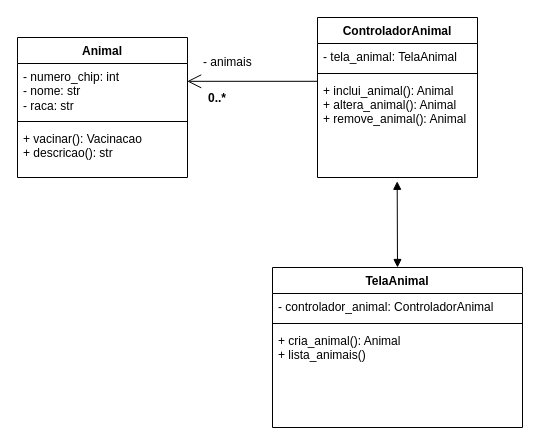
This is OngMVC.drawio from ChrisBarlera/Trabalho-DSOO1, a draw.io file, before an edit. Source tidied: cells renumbered, new cells numbered last; positions are measured from the earlier drawing's top-left corner, leaving out a move shared by most shapes. Both pictures are drawn from the tidied source at 100%, with x=0, y=0 at pixel (17, 17).
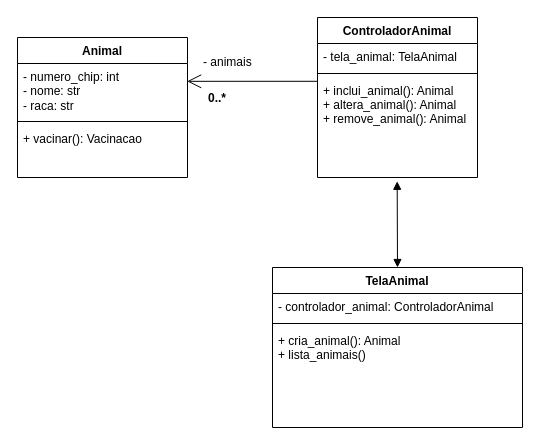
The same page after the edit.

Commit message (it also covers changes not shown here):
Atualização diagramas

Change to the diagram source:
```diff
@@
 <mxGraphModel>
   <root>
     <mxCell id="0" />
     <mxCell id="1" parent="0" />
     <mxCell id="2" value="TelaAnimal" style="swimlane;fontStyle=1;align=center;verticalAlign=top;horizontal=1;startSize=26;" parent="1" vertex="1">
       <mxGeometry x="255" y="250" width="250" height="160" as="geometry" />
     </mxCell>
     <mxCell id="3" value="- controlador_animal: ControladorAnimal" style="text;strokeColor=none;fillColor=none;align=left;verticalAlign=top;spacingLeft=4;spacingRight=4;overflow=hidden;" parent="2" vertex="1">
       <mxGeometry y="26" width="250" height="26" as="geometry" />
     </mxCell>
     <mxCell id="4" style="line;strokeWidth=1;fillColor=none;align=left;verticalAlign=middle;spacingTop=-1;spacingLeft=3;spacingRight=3;labelPosition=right;strokeColor=inherit;" parent="2" vertex="1">
       <mxGeometry y="52" width="250" height="8" as="geometry" />
     </mxCell>
     <mxCell id="5" value="+ cria_animal(): Animal&#10;+ lista_animais()" style="text;strokeColor=none;fillColor=none;align=left;verticalAlign=top;spacingLeft=4;spacingRight=4;overflow=hidden;" parent="2" vertex="1">
       <mxGeometry y="60" width="250" height="100" as="geometry" />
     </mxCell>
     <mxCell id="6" value="Animal" style="swimlane;fontStyle=1;align=center;verticalAlign=top;horizontal=1;startSize=26;whiteSpace=wrap;html=1;" parent="1" vertex="1">
       <mxGeometry y="20" width="170" height="140" as="geometry" />
     </mxCell>
     <mxCell id="7" value="- numero_chip: int&lt;br&gt;- nome: str&lt;br&gt;&lt;div&gt;- raca: str&lt;/div&gt;" style="text;strokeColor=none;fillColor=none;align=left;verticalAlign=top;spacingLeft=4;spacingRight=4;overflow=hidden;points=[[0,0.5],[1,0.5]];portConstraint=eastwest;whiteSpace=wrap;html=1;" parent="6" vertex="1">
       <mxGeometry y="26" width="170" height="54" as="geometry" />
     </mxCell>
     <mxCell id="8" style="line;strokeWidth=1;fillColor=none;align=left;verticalAlign=middle;spacingTop=-1;spacingLeft=3;spacingRight=3;labelPosition=right;strokeColor=inherit;" parent="6" vertex="1">
       <mxGeometry y="80" width="170" height="8" as="geometry" />
     </mxCell>
-    <mxCell id="9" value="+ vacinar(): Vacinacao&lt;div&gt;+ descricao(): str&lt;/div&gt;" style="text;strokeColor=none;fillColor=none;align=left;verticalAlign=top;spacingLeft=4;spacingRight=4;overflow=hidden;whiteSpace=wrap;html=1;" parent="6" vertex="1">
+    <mxCell id="9" value="+ vacinar(): Vacinacao" style="text;strokeColor=none;fillColor=none;align=left;verticalAlign=top;spacingLeft=4;spacingRight=4;overflow=hidden;whiteSpace=wrap;html=1;" parent="6" vertex="1">
       <mxGeometry y="88" width="170" height="52" as="geometry" />
     </mxCell>
     <mxCell id="10" style="endArrow=open;endFill=1;endSize=12;html=1;entryX=0.998;entryY=0.33;entryDx=0;entryDy=0;entryPerimeter=0;exitX=-0.002;exitY=0.038;exitDx=0;exitDy=0;exitPerimeter=0;" parent="1" edge="1" source="16" target="7">
       <mxGeometry relative="1" as="geometry" />
     </mxCell>
     <mxCell id="11" value="- animais" style="text;strokeColor=none;fillColor=none;align=left;verticalAlign=top;spacingLeft=4;spacingRight=4;overflow=hidden;" parent="1" vertex="1">
       <mxGeometry x="180" y="31" width="75" height="26" as="geometry" />
     </mxCell>
     <mxCell id="12" value="0..*" style="text;align=center;fontStyle=1;verticalAlign=middle;spacingLeft=3;spacingRight=3;strokeColor=none;" parent="1" vertex="1">
       <mxGeometry x="160" y="67" width="80" height="26" as="geometry" />
     </mxCell>
     <mxCell id="13" value="ControladorAnimal" style="swimlane;fontStyle=1;align=center;verticalAlign=top;horizontal=1;startSize=26;" parent="1" vertex="1">
       <mxGeometry x="300" width="160" height="160" as="geometry" />
     </mxCell>
     <mxCell id="14" value="- tela_animal: TelaAnimal" style="text;strokeColor=none;fillColor=none;align=left;verticalAlign=top;spacingLeft=4;spacingRight=4;overflow=hidden;" parent="13" vertex="1">
       <mxGeometry y="26" width="160" height="26" as="geometry" />
     </mxCell>
     <mxCell id="15" style="line;strokeWidth=1;fillColor=none;align=left;verticalAlign=middle;spacingTop=-1;spacingLeft=3;spacingRight=3;labelPosition=right;strokeColor=inherit;" parent="13" vertex="1">
       <mxGeometry y="52" width="160" height="8" as="geometry" />
     </mxCell>
     <mxCell id="16" value="+ inclui_animal(): Animal&#10;+ altera_animal(): Animal&#10;+ remove_animal(): Animal" style="text;strokeColor=none;fillColor=none;align=left;verticalAlign=top;spacingLeft=4;spacingRight=4;overflow=hidden;points=[[0,0.5],[1,0.5]];portConstraint=eastwest;" parent="13" vertex="1">
       <mxGeometry y="60" width="160" height="100" as="geometry" />
     </mxCell>
     <mxCell id="17" style="endArrow=block;startArrow=block;endFill=1;startFill=1;html=1;entryX=0.498;entryY=1.038;entryDx=0;entryDy=0;entryPerimeter=0;exitX=0.5;exitY=0;exitDx=0;exitDy=0;" parent="1" edge="1" source="2" target="16">
       <mxGeometry relative="1" as="geometry" />
     </mxCell>
   </root>
 </mxGraphModel>
```
